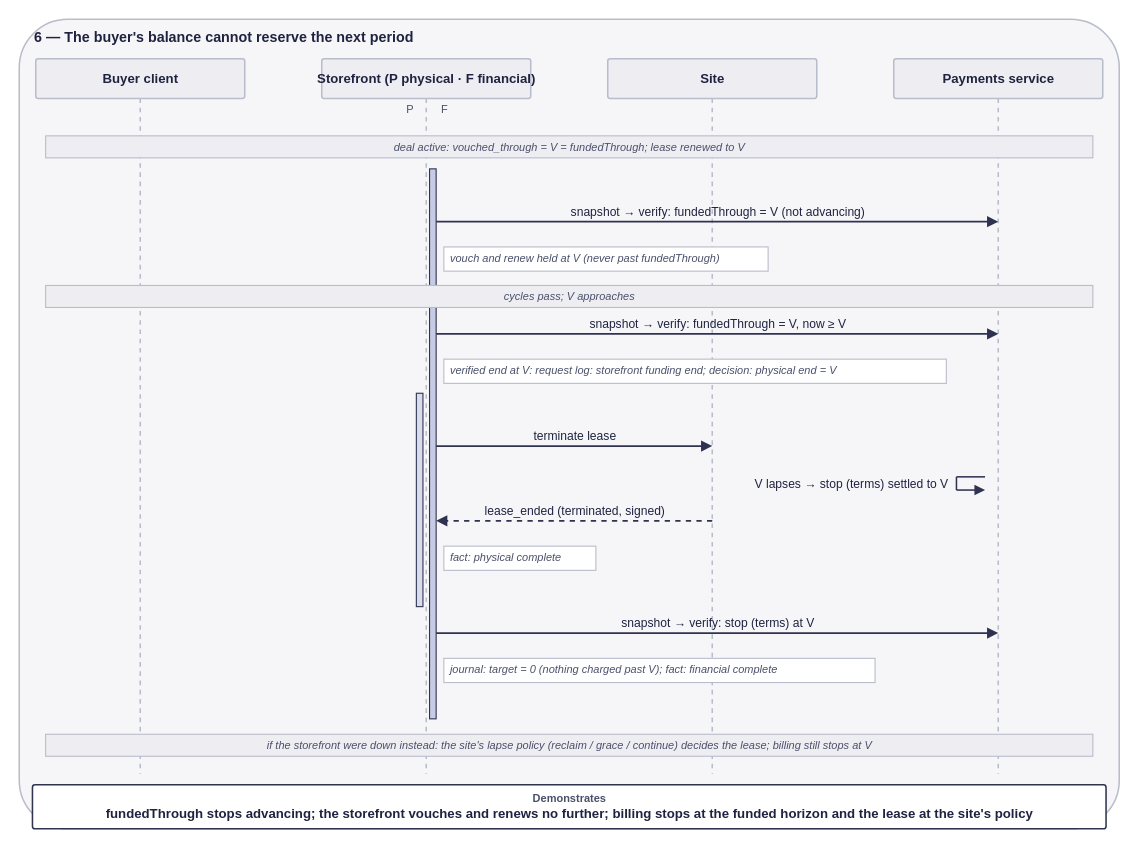
This is openspec/changes/converge-ongoing-compute-leases/diagrams/06-funds-exhausted.drawio from arkhai-io/simple-compute-market, a draw.io file, before an edit. Source tidied: cells renumbered, new cells numbered last; positions are measured from the earlier drawing's top-left corner, leaving out a move shared by most shapes. Both pictures are drawn from the tidied source at 110%, with x=0, y=0 at pixel (19, 19).
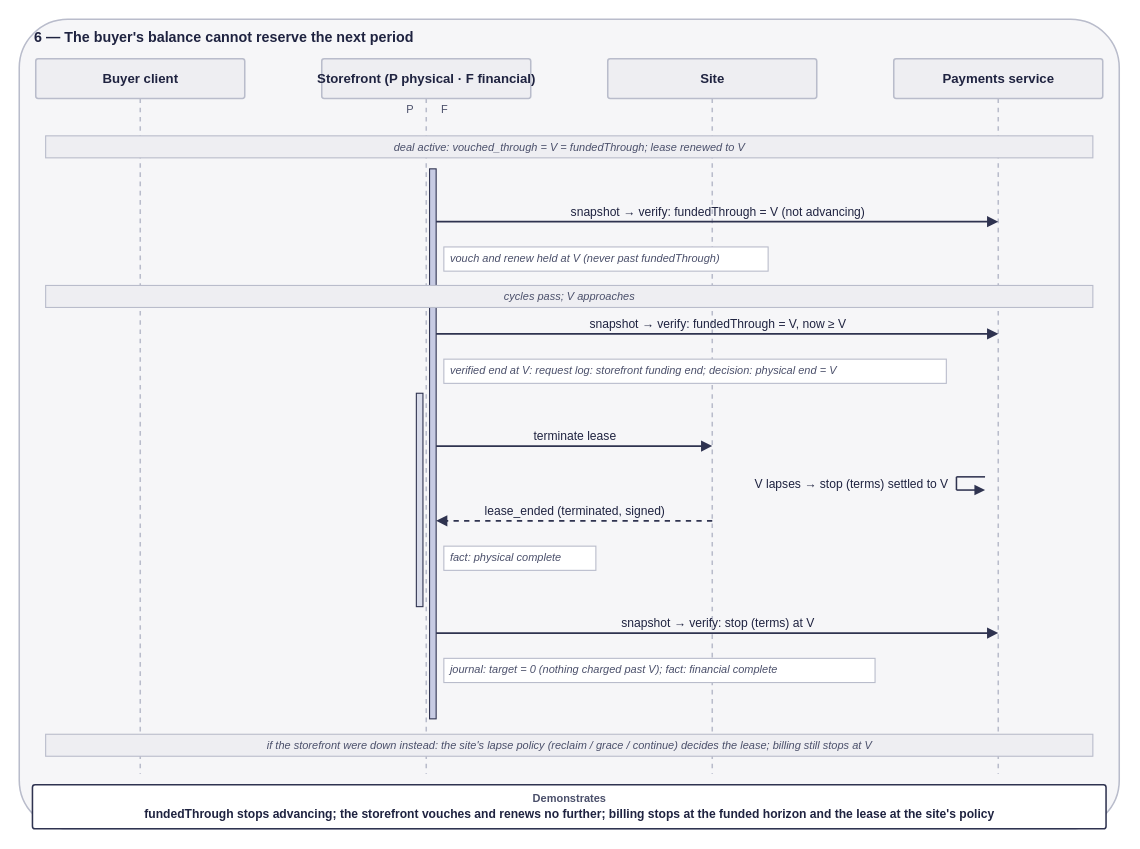
After the change.

The edit, as a diff of the source:
```diff
@@
-    <mxCell id="50" value="fundedThrough stops advancing; the storefront vouches and renews no further; billing stops at the funded horizon and the lease at the site's policy" style="text;html=1;align=center;verticalAlign=middle;whiteSpace=nowrap;fontSize=12;fontColor=#1f2340;fontStyle=1;fontFamily=Helvetica;" parent="1" vertex="1">
-      <mxGeometry x="12" y="714" width="976" height="18" as="geometry" />
+    <mxCell id="50" value="fundedThrough stops advancing; the storefront vouches and renews no further; billing stops at the funded horizon and the lease at the site's policy" style="text;html=1;align=center;verticalAlign=middle;whiteSpace=nowrap;fontSize=11;fontColor=#1f2340;fontStyle=1;fontFamily=Helvetica;" parent="1" vertex="1">
+      <mxGeometry x="12" y="714" width="976" height="17" as="geometry" />
     </mxCell>
```
